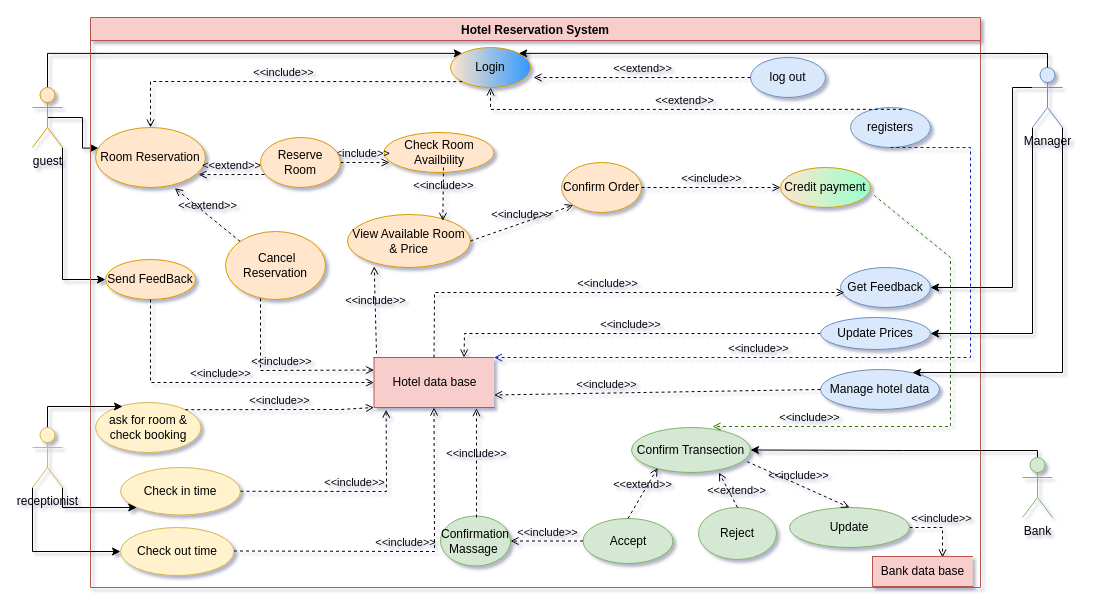
The draw.io diagram use case Vol3.drawio in AhmedTarek-95/System-Desine, before the edit. Source tidied: cells renumbered, new cells numbered last; positions are measured from the earlier drawing's top-left corner, leaving out a move shared by most shapes. Both pictures are drawn from the tidied source at 100%, with x=0, y=0 at pixel (32, 17).
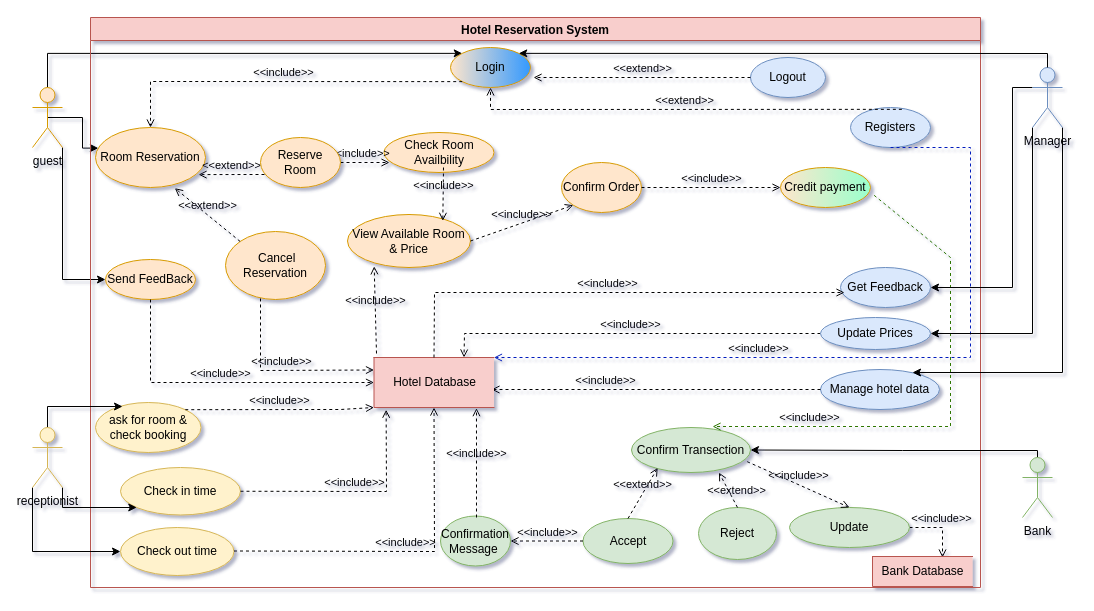
After the change.

The change refers to these unchanged cells:
```xml
<mxCell id="6" value="Hotel Reservation System" style="swimlane;fillColor=#f8cecc;strokeColor=#b85450;" parent="1" vertex="1">
  <mxGeometry x="58" width="890" height="570" as="geometry" />
</mxCell>
<mxCell id="11" value="Manage hotel data" style="ellipse;whiteSpace=wrap;html=1;fillColor=#dae8fc;strokeColor=#6c8ebf;" parent="6" vertex="1">
  <mxGeometry x="730" y="352" width="119" height="40" as="geometry" />
</mxCell>
```

Change to the diagram source:
```diff
@@
-    <mxCell id="25" value="Confirmation Massage&amp;nbsp;" style="ellipse;whiteSpace=wrap;html=1;fillColor=#d5e8d4;strokeColor=#82b366;" parent="6" vertex="1">
+    <mxCell id="25" value="Confirmation Message&amp;nbsp;" style="ellipse;whiteSpace=wrap;html=1;fillColor=#d5e8d4;strokeColor=#82b366;" parent="6" vertex="1">
       <mxGeometry x="350" y="498.5" width="70" height="50" as="geometry" />
     </mxCell>
@@
-    <mxCell id="28" value="&amp;lt;&amp;lt;include&amp;gt;&amp;gt;" style="html=1;verticalAlign=bottom;labelBackgroundColor=none;endArrow=open;endFill=0;dashed=1;rounded=0;entryX=1;entryY=0.75;entryDx=0;entryDy=0;exitX=0;exitY=0.5;exitDx=0;exitDy=0;" parent="6" edge="1" source="11">
+    <mxCell id="28" value="&amp;lt;&amp;lt;include&amp;gt;&amp;gt;" style="html=1;verticalAlign=bottom;labelBackgroundColor=none;endArrow=open;endFill=0;dashed=1;rounded=0;exitX=0;exitY=0.5;exitDx=0;exitDy=0;" parent="6" edge="1" source="11">
       <mxGeometry x="0.31" relative="1" as="geometry">
-        <mxPoint x="403.5" y="377.5" as="targetPoint" />
+        <mxPoint x="401" y="372" as="targetPoint" />
       </mxGeometry>
     </mxCell>
@@
-    <mxCell id="34" value="Hotel data base" style="html=1;dashed=0;whitespace=wrap;shape=partialRectangle;right=0;fillColor=#f8cecc;strokeColor=#b85450;" parent="6" vertex="1">
+    <mxCell id="34" value="Hotel Database" style="html=1;dashed=0;whitespace=wrap;shape=partialRectangle;right=0;fillColor=#f8cecc;strokeColor=#b85450;" parent="6" vertex="1">
       <mxGeometry x="283.5" y="340" width="120" height="50" as="geometry" />
     </mxCell>
-    <mxCell id="35" value="Bank data base" style="html=1;dashed=0;whitespace=wrap;shape=partialRectangle;right=0;fillColor=#f8cecc;strokeColor=#b85450;" parent="6" vertex="1">
+    <mxCell id="35" value="Bank Database" style="html=1;dashed=0;whitespace=wrap;shape=partialRectangle;right=0;fillColor=#f8cecc;strokeColor=#b85450;" parent="6" vertex="1">
       <mxGeometry x="782" y="539" width="100" height="30" as="geometry" />
     </mxCell>
-    <mxCell id="36" value="log out" style="ellipse;whiteSpace=wrap;html=1;fillColor=#dae8fc;strokeColor=#6c8ebf;" parent="6" vertex="1">
+    <mxCell id="36" value="Logout" style="ellipse;whiteSpace=wrap;html=1;fillColor=#dae8fc;strokeColor=#6c8ebf;" parent="6" vertex="1">
       <mxGeometry x="660" y="40" width="75" height="40" as="geometry" />
     </mxCell>
@@
-    <mxCell id="38" value="registers" style="ellipse;whiteSpace=wrap;html=1;fillColor=#dae8fc;strokeColor=#6c8ebf;" parent="6" vertex="1">
+    <mxCell id="38" value="Registers" style="ellipse;whiteSpace=wrap;html=1;fillColor=#dae8fc;strokeColor=#6c8ebf;" parent="6" vertex="1">
       <mxGeometry x="760" y="90" width="80" height="40" as="geometry" />
     </mxCell>
```
